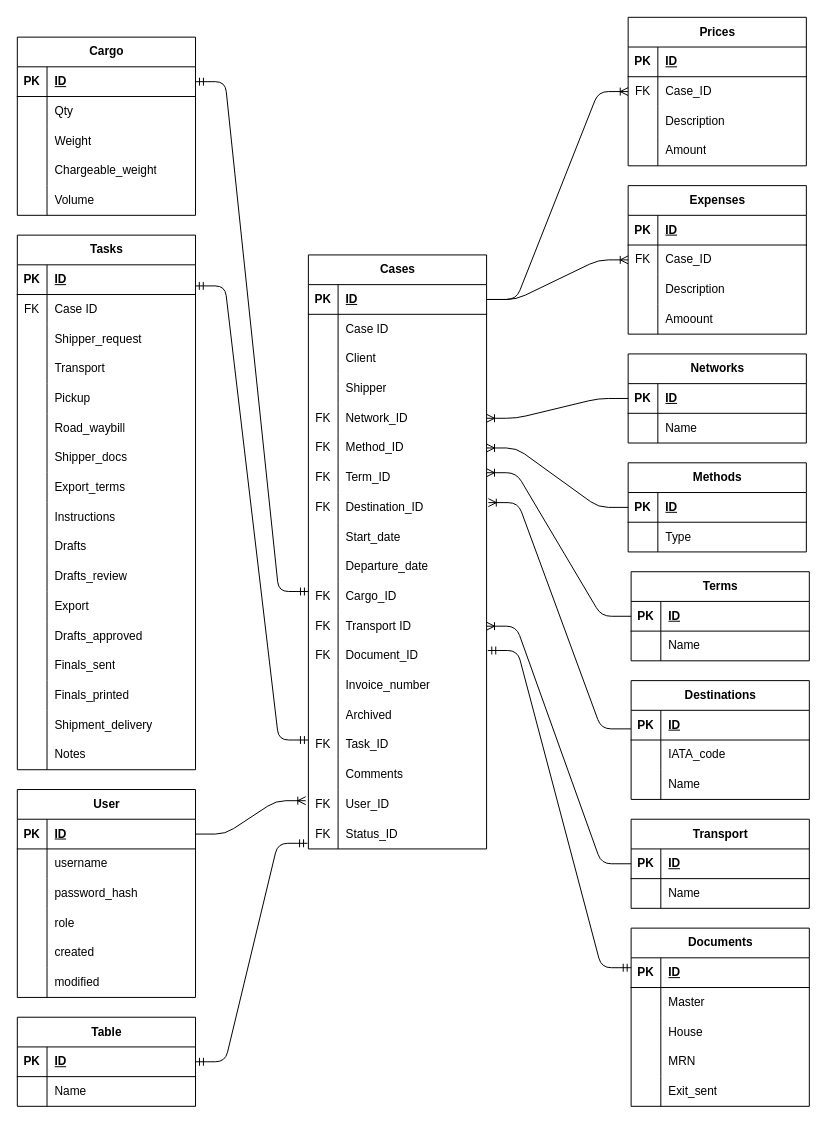
bdoobd/casemgr keeps this draw.io diagram as db_schema.drawio. Above is the earlier version. Source tidied: cells renumbered, new cells numbered last; positions are measured from the earlier drawing's top-left corner, leaving out a move shared by most shapes. Both pictures are drawn from the tidied source at 99%, with x=0, y=0 at pixel (17, 17).
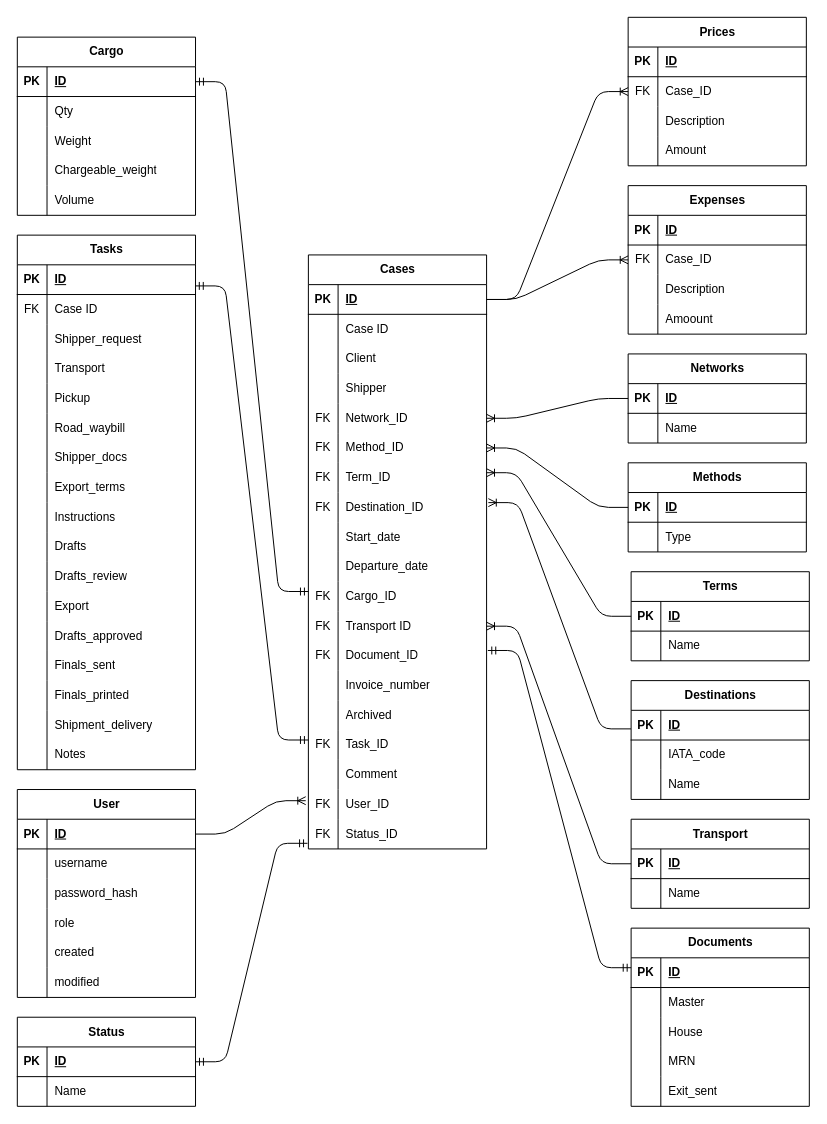
The same diagram, later.

The change refers to these unchanged cells:
```xml
<mxCell id="51" style="shape=tableRow;horizontal=0;startSize=0;swimlaneHead=0;swimlaneBody=0;fillColor=none;top=0;left=0;right=0;bottom=0;" parent="2" vertex="1">
  <mxGeometry y="510" width="180" height="30" as="geometry" />
</mxCell>
```

What changed in the source:
```diff
@@
-    <mxCell id="53" value="Comments" style="shape=partialRectangle;fillColor=none;top=0;left=0;bottom=0;right=0;align=left;spacingLeft=6;overflow=hidden;whiteSpace=wrap;html=1;" parent="51" vertex="1">
+    <mxCell id="53" value="Comment" style="shape=partialRectangle;fillColor=none;top=0;left=0;bottom=0;right=0;align=left;spacingLeft=6;overflow=hidden;whiteSpace=wrap;html=1;" parent="51" vertex="1">
       <mxGeometry x="30" width="150" height="30" as="geometry" />
     </mxCell>
@@
-    <mxCell id="215" value="Table" style="shape=table;startSize=30;childLayout=tableLayout;rowLines=0;fontStyle=1;align=center;html=1;" parent="1" vertex="1">
+    <mxCell id="215" value="Status" style="shape=table;startSize=30;childLayout=tableLayout;rowLines=0;fontStyle=1;align=center;html=1;" parent="1" vertex="1">
       <mxGeometry y="1010" width="180" height="90" as="geometry" />
     </mxCell>
```
